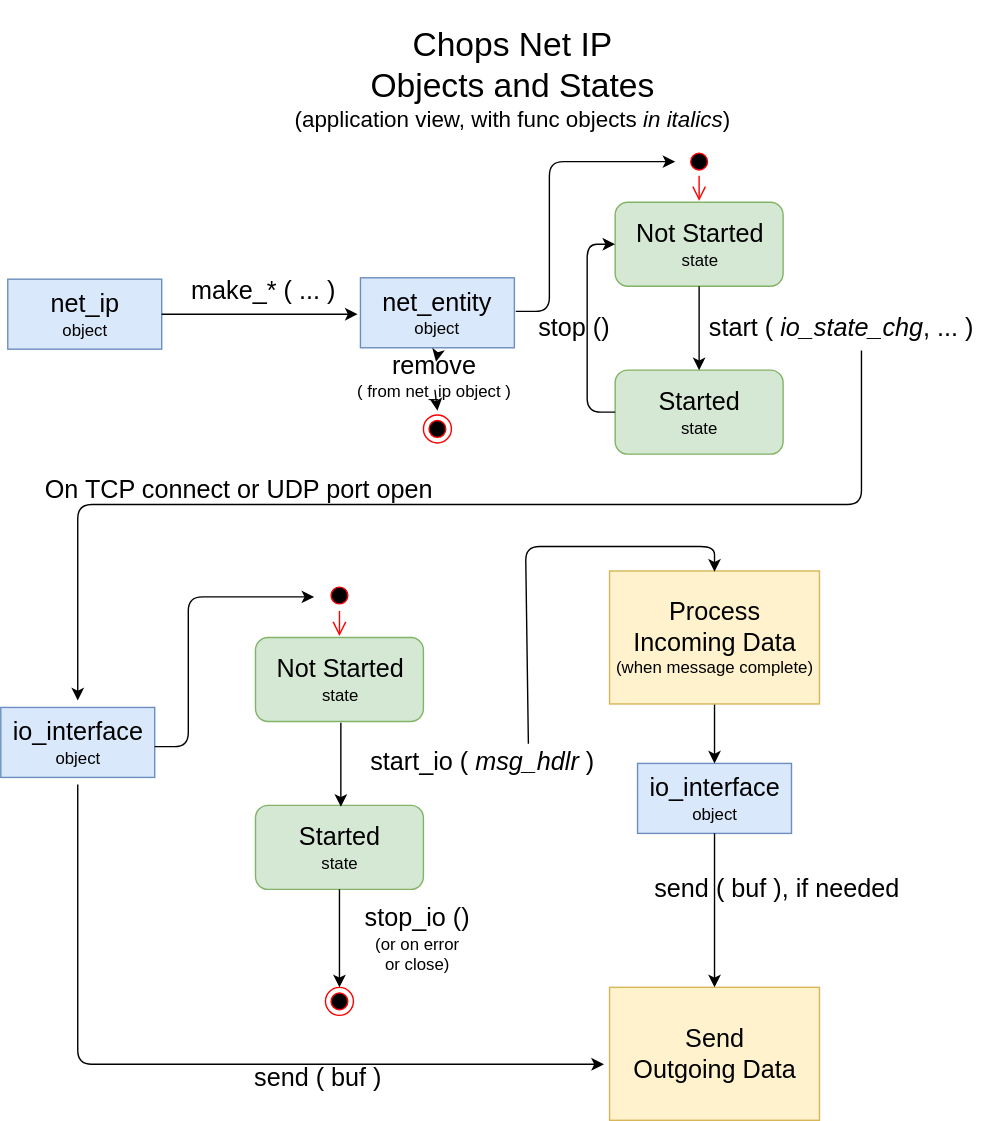
Above: doc/net_ip/object_states_diagram.svg in connectivecpp/chops-net-ip (draw.io), before the change. Source tidied: cells renumbered, new cells last; positions are measured from the earlier drawing's top-left corner, leaving out a move shared by most shapes.
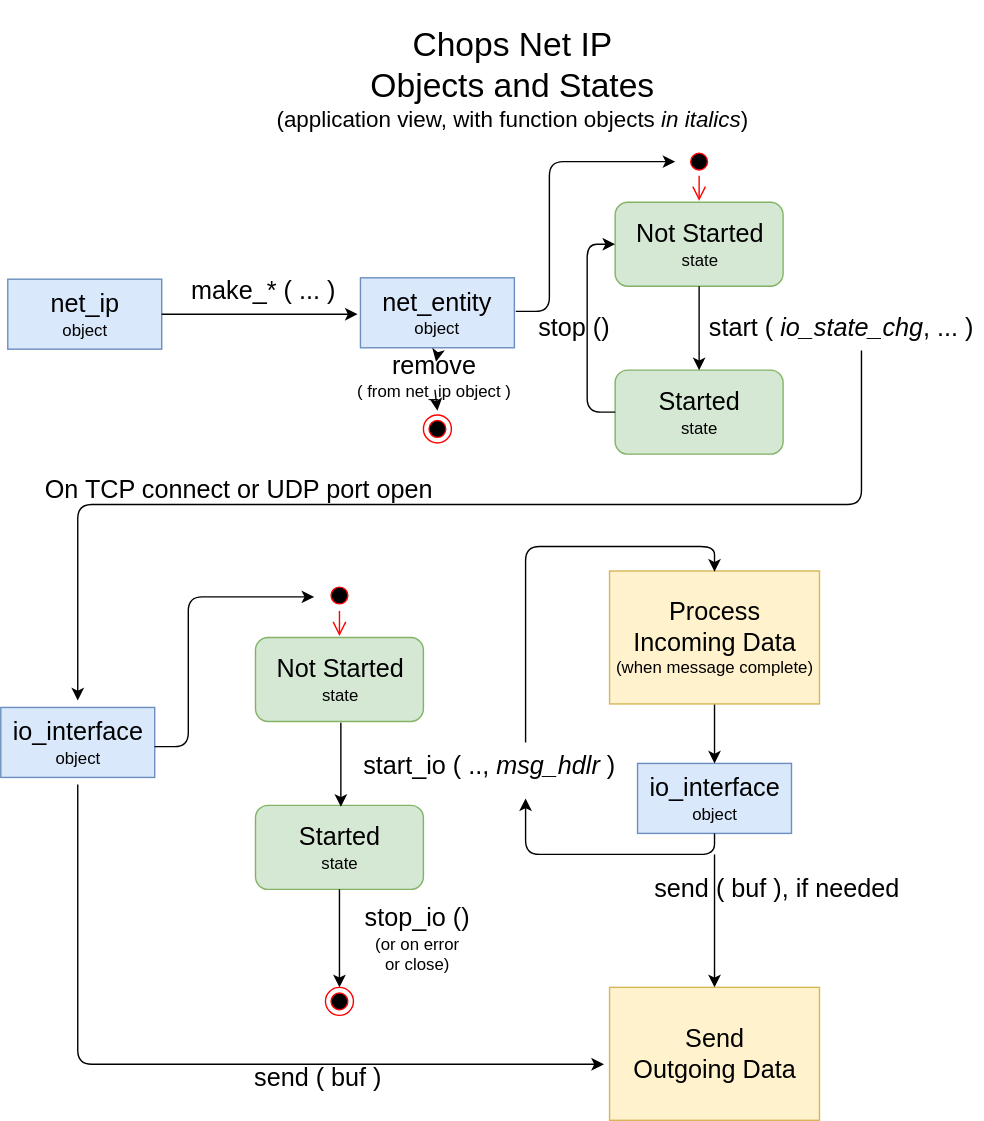
The same diagram one commit later.

Change to the diagram source:
```diff
@@ -54,7 +54,7 @@
     <mxCell id="14" value="&lt;span style=&quot;font-size: 18px&quot;&gt;io_interface&lt;/span&gt;&lt;br&gt;object" style="html=1;fillColor=#dae8fc;strokeColor=#6c8ebf;" parent="1" vertex="1">
       <mxGeometry y="505" width="110" height="50" as="geometry" />
     </mxCell>
-    <mxCell id="15" value="&lt;font style=&quot;font-size: 24px&quot;&gt;Chops Net IP&lt;br&gt;Objects and States&lt;/font&gt;&lt;br&gt;&lt;font style=&quot;font-size: 16px&quot;&gt;(application view, with func objects &lt;i&gt;in italics&lt;/i&gt;)&lt;/font&gt;" style="text;html=1;strokeColor=none;fillColor=none;align=center;verticalAlign=middle;whiteSpace=wrap;rounded=0;" parent="1" vertex="1">
+    <mxCell id="15" value="&lt;font style=&quot;font-size: 24px&quot;&gt;Chops Net IP&lt;br&gt;Objects and States&lt;/font&gt;&lt;br&gt;&lt;font style=&quot;font-size: 16px&quot;&gt;(application view, with function objects &lt;i&gt;in italics&lt;/i&gt;)&lt;/font&gt;" style="text;html=1;strokeColor=none;fillColor=none;align=center;verticalAlign=middle;whiteSpace=wrap;rounded=0;" parent="1" vertex="1">
       <mxGeometry x="165" width="400" height="110" as="geometry" />
     </mxCell>
     <mxCell id="16" value="&lt;font style=&quot;font-size: 18px&quot;&gt;Not Started&lt;/font&gt;&lt;br&gt;state&lt;br&gt;" style="rounded=1;whiteSpace=wrap;html=1;fillColor=#d5e8d4;strokeColor=#82b366;" parent="1" vertex="1">
@@ -82,8 +82,8 @@
         </Array>
       </mxGeometry>
     </mxCell>
-    <mxCell id="21" value="&lt;font style=&quot;font-size: 18px&quot;&gt;start_io ( &lt;i&gt;msg_hdlr&lt;/i&gt; )&lt;/font&gt;" style="text;html=1;strokeColor=none;fillColor=none;align=center;verticalAlign=middle;whiteSpace=wrap;rounded=0;" parent="1" vertex="1">
-      <mxGeometry x="252" y="534" width="183" height="20" as="geometry" />
+    <mxCell id="21" value="&lt;font style=&quot;font-size: 18px&quot;&gt;start_io ( .., &lt;i&gt;msg_hdlr&lt;/i&gt; )&lt;/font&gt;" style="text;html=1;strokeColor=none;fillColor=none;align=center;verticalAlign=middle;whiteSpace=wrap;rounded=0;" parent="1" vertex="1">
+      <mxGeometry x="252" y="534" width="193" height="26" as="geometry" />
     </mxCell>
     <mxCell id="22" style="endArrow=classic;html=1;exitX=0.5;exitY=1;entryX=0.5;entryY=0;" parent="1" edge="1">
       <mxGeometry relative="1" as="geometry">
@@ -117,8 +117,9 @@
     <mxCell id="30" value="&lt;font&gt;&lt;span style=&quot;font-size: 18px&quot;&gt;Process &lt;/span&gt;&lt;br&gt;&lt;span style=&quot;font-size: 18px&quot;&gt;Incoming Data&lt;/span&gt;&lt;br&gt;&lt;font style=&quot;font-size: 12px&quot;&gt;(when message complete)&lt;/font&gt;&lt;br&gt;&lt;/font&gt;" style="rounded=0;whiteSpace=wrap;html=1;fillColor=#fff2cc;strokeColor=#d6b656;" parent="1" vertex="1">
       <mxGeometry x="435" y="407.5" width="150" height="95" as="geometry" />
     </mxCell>
-    <mxCell id="31" style="endArrow=classic;html=1;exitX=0.683;exitY=-0.15;exitPerimeter=0;entryX=0.5;entryY=0;" parent="1" edge="1" source="21" target="30">
+    <mxCell id="31" style="endArrow=classic;html=1;entryX=0.5;entryY=0;" parent="1" edge="1" target="30">
       <mxGeometry relative="1" as="geometry">
+        <mxPoint x="375" y="530" as="sourcePoint" />
         <Array as="points">
           <mxPoint x="375" y="390" />
           <mxPoint x="510" y="390" />
@@ -174,8 +175,19 @@
     <mxCell id="42" value="&lt;font style=&quot;font-size: 18px&quot;&gt;send ( buf ), if needed&lt;/font&gt;" style="text;html=1;strokeColor=none;fillColor=none;align=center;verticalAlign=middle;whiteSpace=wrap;rounded=0;" parent="1" vertex="1">
       <mxGeometry x="462.5" y="625" width="183" height="20" as="geometry" />
     </mxCell>
-    <mxCell id="43" style="endArrow=classic;html=1;exitX=0.5;exitY=1;entryX=0.5;entryY=0;" parent="1" edge="1" source="40" target="32">
-      <mxGeometry relative="1" as="geometry" />
+    <mxCell id="43" style="endArrow=classic;html=1;entryX=0.5;entryY=0;" parent="1" edge="1" target="32">
+      <mxGeometry relative="1" as="geometry">
+        <mxPoint x="510" y="610" as="sourcePoint" />
+      </mxGeometry>
     </mxCell>
+    <mxCell id="44" style="endArrow=classic;html=1;exitX=0.5;exitY=1;" parent="1" edge="1" source="40">
+      <mxGeometry relative="1" as="geometry">
+        <mxPoint x="375" y="570" as="targetPoint" />
+        <Array as="points">
+          <mxPoint x="510" y="610" />
+          <mxPoint x="375" y="610" />
+        </Array>
+      </mxGeometry>
+    </mxCell>
   </root>
 </mxGraphModel>
```
